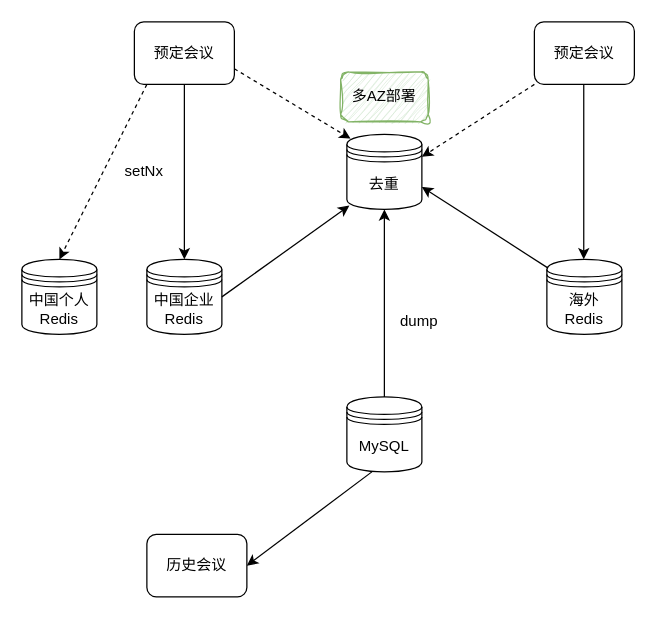
Above: base/meetingID去重.drawio in melonshell/draw.io (draw.io), before the change. Source tidied: cells renumbered, new cells numbered last; positions are measured from the earlier drawing's top-left corner, leaving out a move shared by most shapes. Both pictures are drawn from the tidied source at 125%, with x=0, y=0 at pixel (21, 21).
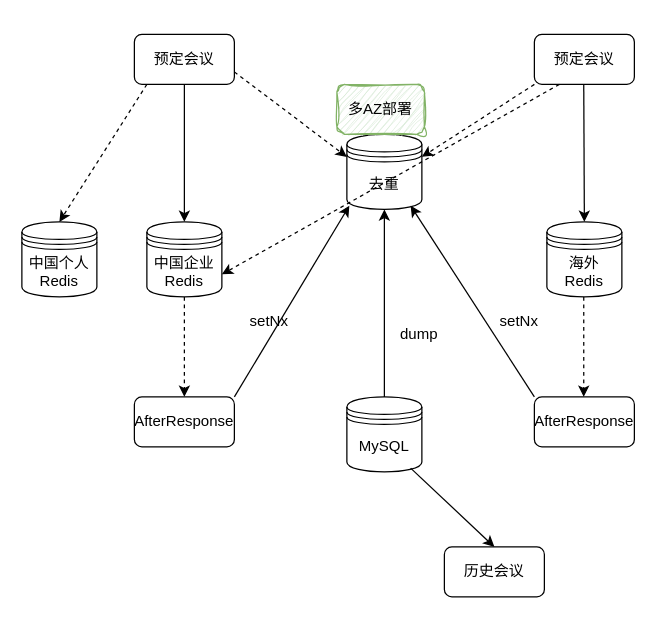
The same page after the edit.

Unchanged cells that the change refers to:
```xml
<mxCell id="4" value="去重" style="shape=datastore;whiteSpace=wrap;html=1;fillColor=none;" parent="1" vertex="1">
  <mxGeometry x="260" y="90" width="60" height="60" as="geometry" />
</mxCell>
<mxCell id="10" value="MySQL" style="shape=datastore;whiteSpace=wrap;html=1;fillColor=none;" parent="1" vertex="1">
  <mxGeometry x="260" y="300" width="60" height="60" as="geometry" />
</mxCell>
```

The edit, as a diff of the source:
```diff
@@
     <mxCell id="2" value="中国企业&lt;br&gt;Redis" style="shape=datastore;whiteSpace=wrap;html=1;fillColor=none;" parent="1" vertex="1">
-      <mxGeometry x="100" y="190" width="60" height="60" as="geometry" />
+      <mxGeometry x="100" y="160" width="60" height="60" as="geometry" />
     </mxCell>
     <mxCell id="3" value="海外&lt;br&gt;Redis" style="shape=datastore;whiteSpace=wrap;html=1;fillColor=none;" parent="1" vertex="1">
-      <mxGeometry x="420" y="190" width="60" height="60" as="geometry" />
+      <mxGeometry x="420" y="160" width="60" height="60" as="geometry" />
     </mxCell>
@@
     <mxCell id="5" value="预定会议" style="rounded=1;whiteSpace=wrap;html=1;fillColor=none;" parent="1" vertex="1">
-      <mxGeometry x="90" width="80" height="50" as="geometry" />
+      <mxGeometry x="90" y="10" width="80" height="40" as="geometry" />
     </mxCell>
     <mxCell id="6" value="预定会议" style="rounded=1;whiteSpace=wrap;html=1;fillColor=none;" parent="1" vertex="1">
-      <mxGeometry x="410" width="80" height="50" as="geometry" />
+      <mxGeometry x="410" y="10" width="80" height="40" as="geometry" />
     </mxCell>
@@
-    <mxCell id="8" value="setNx" style="rounded=0;whiteSpace=wrap;html=1;fillColor=none;gradientColor=default;strokeColor=none;" parent="1" vertex="1">
-      <mxGeometry x="70" y="110" width="56" height="20" as="geometry" />
-    </mxCell>
     <mxCell id="9" style="endArrow=classic;html=1;rounded=0;exitX=0.5;exitY=1;exitDx=0;exitDy=0;" parent="1" edge="1">
       <mxGeometry relative="1" as="geometry">
         <mxPoint x="449.5" y="50" as="sourcePoint" />
-        <mxPoint x="449.5" y="190" as="targetPoint" />
+        <mxPoint x="450" y="160" as="targetPoint" />
       </mxGeometry>
     </mxCell>
@@
     <mxCell id="12" value="dump" style="rounded=0;whiteSpace=wrap;html=1;fillColor=none;gradientColor=default;strokeColor=none;" parent="1" vertex="1">
-      <mxGeometry x="290" y="230" width="56" height="20" as="geometry" />
+      <mxGeometry x="290" y="240" width="56" height="20" as="geometry" />
     </mxCell>
-    <mxCell id="13" style="endArrow=classic;html=1;rounded=0;exitX=1;exitY=0.5;exitDx=0;exitDy=0;entryX=0.033;entryY=0.95;entryDx=0;entryDy=0;entryPerimeter=0;" parent="1" edge="1" source="2" target="4">
+    <mxCell id="13" style="endArrow=classic;html=1;rounded=0;exitX=1;exitY=0;exitDx=0;exitDy=0;entryX=0.033;entryY=0.95;entryDx=0;entryDy=0;entryPerimeter=0;" parent="1" edge="1" source="23" target="4">
       <mxGeometry relative="1" as="geometry" />
     </mxCell>
-    <mxCell id="14" style="endArrow=classic;html=1;rounded=0;exitX=0.017;exitY=0.117;exitDx=0;exitDy=0;entryX=1;entryY=0.7;entryDx=0;entryDy=0;exitPerimeter=0;" parent="1" edge="1" source="3" target="4">
+    <mxCell id="14" style="endArrow=classic;html=1;rounded=0;exitX=0;exitY=0;exitDx=0;exitDy=0;entryX=0.85;entryY=0.95;entryDx=0;entryDy=0;entryPerimeter=0;" parent="1" edge="1" source="24" target="4">
       <mxGeometry relative="1" as="geometry" />
     </mxCell>
     <mxCell id="15" value="历史会议" style="rounded=1;whiteSpace=wrap;html=1;fillColor=none;" parent="1" vertex="1">
-      <mxGeometry x="100" y="410" width="80" height="50" as="geometry" />
+      <mxGeometry x="338" y="420" width="80" height="40" as="geometry" />
     </mxCell>
-    <mxCell id="16" style="endArrow=classic;html=1;rounded=0;exitX=0.333;exitY=1;exitDx=0;exitDy=0;entryX=1;entryY=0.5;entryDx=0;entryDy=0;exitPerimeter=0;" parent="1" edge="1" source="10" target="15">
+    <mxCell id="16" style="endArrow=classic;html=1;rounded=0;exitX=0.85;exitY=0.95;exitDx=0;exitDy=0;entryX=0.5;entryY=0;entryDx=0;entryDy=0;exitPerimeter=0;" parent="1" edge="1" source="10" target="15">
       <mxGeometry relative="1" as="geometry" />
     </mxCell>
     <mxCell id="17" value="中国个人&lt;br&gt;Redis" style="shape=datastore;whiteSpace=wrap;html=1;fillColor=none;" parent="1" vertex="1">
-      <mxGeometry y="190" width="60" height="60" as="geometry" />
+      <mxGeometry y="160" width="60" height="60" as="geometry" />
     </mxCell>
@@
-    <mxCell id="19" style="endArrow=classic;html=1;rounded=0;entryX=0.05;entryY=0.058;entryDx=0;entryDy=0;dashed=1;exitX=1;exitY=0.75;exitDx=0;exitDy=0;entryPerimeter=0;" parent="1" edge="1" source="5" target="4">
+    <mxCell id="19" style="endArrow=classic;html=1;rounded=0;entryX=0;entryY=0.3;entryDx=0;entryDy=0;dashed=1;exitX=1;exitY=0.75;exitDx=0;exitDy=0;" parent="1" edge="1" source="5" target="4">
       <mxGeometry relative="1" as="geometry" />
     </mxCell>
@@
     <mxCell id="21" value="多AZ部署" style="rounded=1;whiteSpace=wrap;html=1;fillColor=#d5e8d4;sketch=1;curveFitting=1;jiggle=2;strokeColor=#82b366;" parent="1" vertex="1">
-      <mxGeometry x="255" y="40" width="70" height="40" as="geometry" />
+      <mxGeometry x="252" y="50" width="70" height="40" as="geometry" />
     </mxCell>
+    <mxCell id="22" value="setNx" style="rounded=0;whiteSpace=wrap;html=1;fillColor=none;gradientColor=default;strokeColor=none;" parent="1" vertex="1">
+      <mxGeometry x="170" y="230" width="56" height="20" as="geometry" />
+    </mxCell>
+    <mxCell id="23" value="AfterResponse" style="rounded=1;whiteSpace=wrap;html=1;fillColor=none;" parent="1" vertex="1">
+      <mxGeometry x="90" y="300" width="80" height="40" as="geometry" />
+    </mxCell>
+    <mxCell id="24" value="AfterResponse" style="rounded=1;whiteSpace=wrap;html=1;fillColor=none;" parent="1" vertex="1">
+      <mxGeometry x="410" y="300" width="80" height="40" as="geometry" />
+    </mxCell>
+    <mxCell id="25" style="endArrow=classic;html=1;rounded=0;entryX=0.5;entryY=0;entryDx=0;entryDy=0;dashed=1;exitX=0.5;exitY=1;exitDx=0;exitDy=0;" parent="1" edge="1" source="2" target="23">
+      <mxGeometry relative="1" as="geometry" />
+    </mxCell>
+    <mxCell id="26" style="endArrow=classic;html=1;rounded=0;entryX=0.5;entryY=0;entryDx=0;entryDy=0;dashed=1;exitX=0.5;exitY=1;exitDx=0;exitDy=0;" parent="1" edge="1">
+      <mxGeometry relative="1" as="geometry">
+        <mxPoint x="449.5" y="220" as="sourcePoint" />
+        <mxPoint x="449.5" y="300" as="targetPoint" />
+      </mxGeometry>
+    </mxCell>
+    <mxCell id="27" value="setNx" style="rounded=0;whiteSpace=wrap;html=1;fillColor=none;gradientColor=default;strokeColor=none;" parent="1" vertex="1">
+      <mxGeometry x="370" y="230" width="56" height="20" as="geometry" />
+    </mxCell>
+    <mxCell id="28" style="endArrow=classic;html=1;rounded=0;entryX=1;entryY=0.7;entryDx=0;entryDy=0;dashed=1;exitX=0.25;exitY=1;exitDx=0;exitDy=0;" parent="1" edge="1" source="6" target="2">
+      <mxGeometry relative="1" as="geometry" />
+    </mxCell>
```
